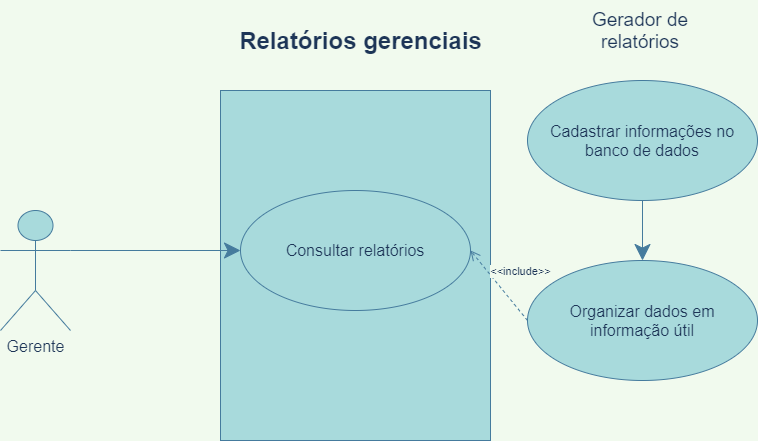
Earlier version of the draw.io export relatoriosgerenciais.drawio.png (hinname/project-Restaurant). Source tidied: cells renumbered, new cells last; positions are measured from the earlier drawing's top-left corner, leaving out a move shared by most shapes.
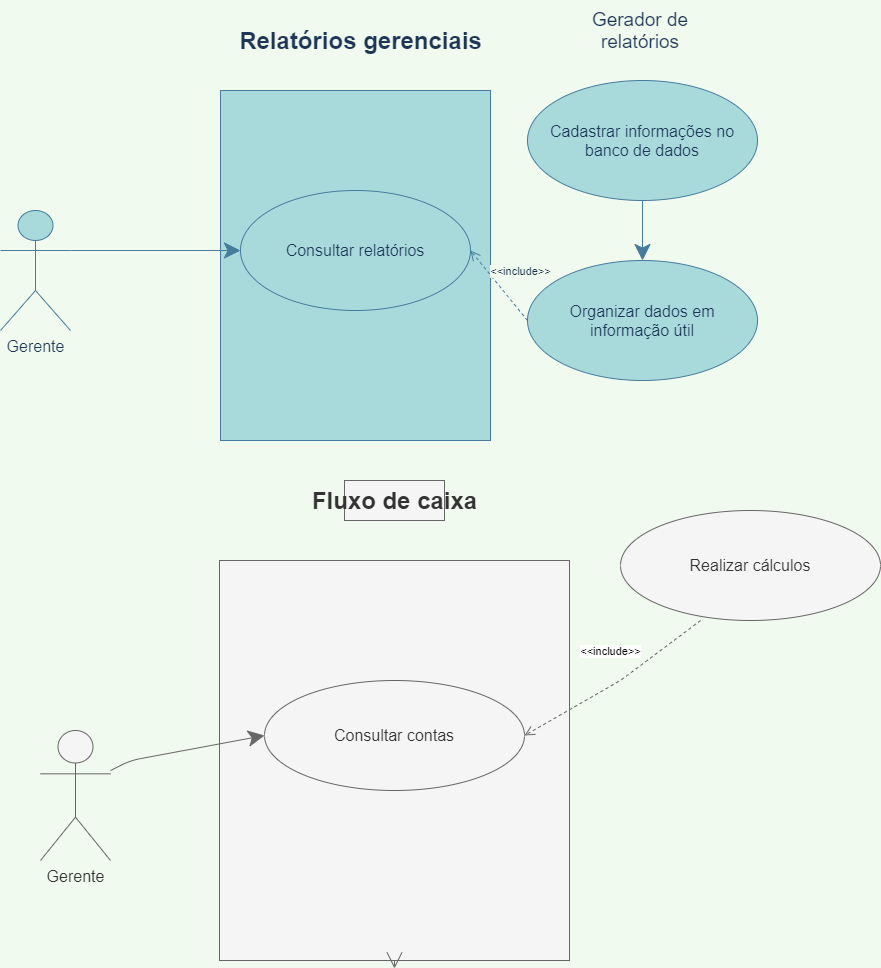
Above is the later version.

The edit, as a diff of the source:
```diff
@@ -32,5 +32,37 @@
     <mxCell id="11" style="endArrow=classic;html=1;startSize=14;endSize=14;sourcePerimeterSpacing=8;targetPerimeterSpacing=8;exitX=1;exitY=0.3333333333333333;exitDx=0;exitDy=0;exitPerimeter=0;entryX=0;entryY=0.5;entryDx=0;entryDy=0;labelBackgroundColor=#F1FAEE;strokeColor=#457B9D;fontColor=#1D3557;" parent="1" edge="1" source="4" target="5">
       <mxGeometry relative="1" as="geometry" />
     </mxCell>
+    <mxCell id="12" style="rounded=0;whiteSpace=wrap;html=1;hachureGap=4;fillColor=#f5f5f5;strokeColor=#666666;fontColor=#333333;" parent="1" vertex="1">
+      <mxGeometry x="219" y="560" width="350" height="400" as="geometry" />
+    </mxCell>
+    <mxCell id="13" value="&lt;font size=&quot;3&quot;&gt;Gerente&lt;/font&gt;" style="shape=umlActor;verticalLabelPosition=bottom;verticalAlign=top;html=1;outlineConnect=0;hachureGap=4;fillColor=#f5f5f5;strokeColor=#666666;fontColor=#333333;" parent="1" vertex="1">
+      <mxGeometry x="40" y="730" width="70" height="130" as="geometry" />
+    </mxCell>
+    <mxCell id="14" value="Fluxo de caixa" style="text;strokeColor=#666666;fillColor=#f5f5f5;html=1;fontSize=24;fontStyle=1;verticalAlign=middle;align=center;hachureGap=4;fontColor=#333333;" parent="1" vertex="1">
+      <mxGeometry x="344" y="480" width="100" height="40" as="geometry" />
+    </mxCell>
+    <mxCell id="15" value="&lt;font size=&quot;3&quot;&gt;Consultar contas&lt;/font&gt;" style="ellipse;whiteSpace=wrap;html=1;hachureGap=4;fillColor=#f5f5f5;strokeColor=#666666;fontColor=#333333;" parent="1" vertex="1">
+      <mxGeometry x="264" y="680" width="260" height="110" as="geometry" />
+    </mxCell>
+    <mxCell id="16" value="&lt;font size=&quot;3&quot;&gt;Realizar cálculos&lt;br&gt;&lt;/font&gt;" style="ellipse;whiteSpace=wrap;html=1;hachureGap=4;fillColor=#f5f5f5;strokeColor=#666666;fontColor=#333333;" parent="1" vertex="1">
+      <mxGeometry x="620" y="510" width="260" height="110" as="geometry" />
+    </mxCell>
+    <mxCell id="17" style="edgeStyle=none;curved=1;rounded=0;orthogonalLoop=1;jettySize=auto;html=1;exitX=0.5;exitY=1;exitDx=0;exitDy=0;endArrow=open;startSize=14;endSize=14;sourcePerimeterSpacing=8;targetPerimeterSpacing=8;fillColor=#f5f5f5;strokeColor=#666666;" parent="1" edge="1" source="12" target="12">
+      <mxGeometry relative="1" as="geometry" />
+    </mxCell>
+    <mxCell id="18" value="&amp;lt;&amp;lt;include&amp;gt;&amp;gt;" style="html=1;verticalAlign=bottom;endArrow=open;dashed=1;endSize=8;sourcePerimeterSpacing=8;targetPerimeterSpacing=8;exitX=0.308;exitY=1;exitDx=0;exitDy=0;exitPerimeter=0;entryX=1;entryY=0.5;entryDx=0;entryDy=0;fillColor=#f5f5f5;strokeColor=#666666;" parent="1" edge="1" source="16" target="15">
+      <mxGeometry x="-0.09" y="-22" relative="1" as="geometry">
+        <Array as="points">
+          <mxPoint x="620" y="680" />
+        </Array>
+      </mxGeometry>
+    </mxCell>
+    <mxCell id="19" style="endArrow=classic;html=1;startSize=14;endSize=14;sourcePerimeterSpacing=8;targetPerimeterSpacing=8;entryX=0;entryY=0.5;entryDx=0;entryDy=0;exitX=1;exitY=0.308;exitDx=0;exitDy=0;exitPerimeter=0;fillColor=#f5f5f5;strokeColor=#666666;" parent="1" edge="1" source="13" target="15">
+      <mxGeometry relative="1" as="geometry">
+        <Array as="points">
+          <mxPoint x="130" y="760" />
+        </Array>
+      </mxGeometry>
+    </mxCell>
   </root>
 </mxGraphModel>
```
